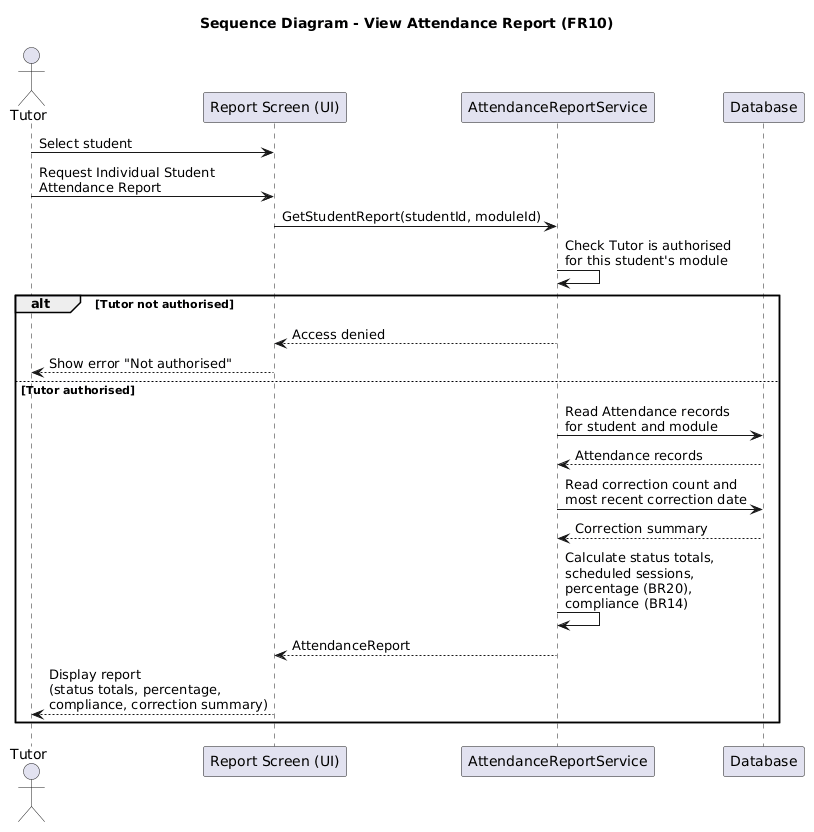
The PlantUML diagram out/diagrams/sequence-diagram-view-report/AttendanceMonitoringSystemSequenceDiagramViewReport.png in Shelly855/attendance-monitoring-copy, before a commit. Its diagram source:
```plantuml
@startuml
title Sequence Diagram - View Attendance Report (FR10)

actor Tutor
participant "Report Screen (UI)" as UI
participant "AttendanceReportService" as Service
participant "Database" as DB

Tutor -> UI : Select student
Tutor -> UI : Request Individual Student\nAttendance Report

UI -> Service : GetStudentReport(studentId, moduleId)

Service -> Service : Check Tutor is authorised\nfor this student's module

alt Tutor not authorised
    Service --> UI : Access denied
    UI --> Tutor : Show error "Not authorised"
else Tutor authorised
    Service -> DB : Read Attendance records\nfor student and module
    DB --> Service : Attendance records

    Service -> DB : Read correction count and\nmost recent correction date
    DB --> Service : Correction summary

    Service -> Service : Calculate status totals,\nscheduled sessions,\npercentage (BR20),\ncompliance (BR14)

    Service --> UI : AttendanceReport
    UI --> Tutor : Display report\n(status totals, percentage,\ncompliance, correction summary)
end
@enduml
```
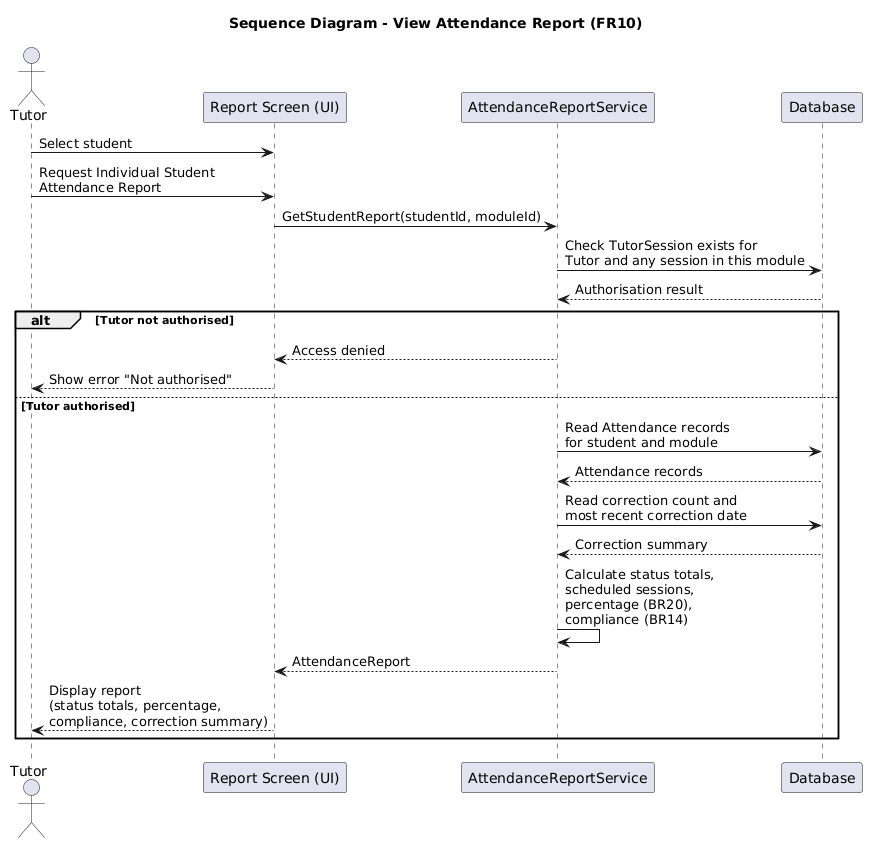
After the change.

Change to the diagram source:
```diff
@@ -11,7 +11,8 @@
 
 UI -> Service : GetStudentReport(studentId, moduleId)
 
-Service -> Service : Check Tutor is authorised\nfor this student's module
+Service -> DB : Check TutorSession exists for\nTutor and any session in this module
+DB --> Service : Authorisation result
 
 alt Tutor not authorised
     Service --> UI : Access denied
```
